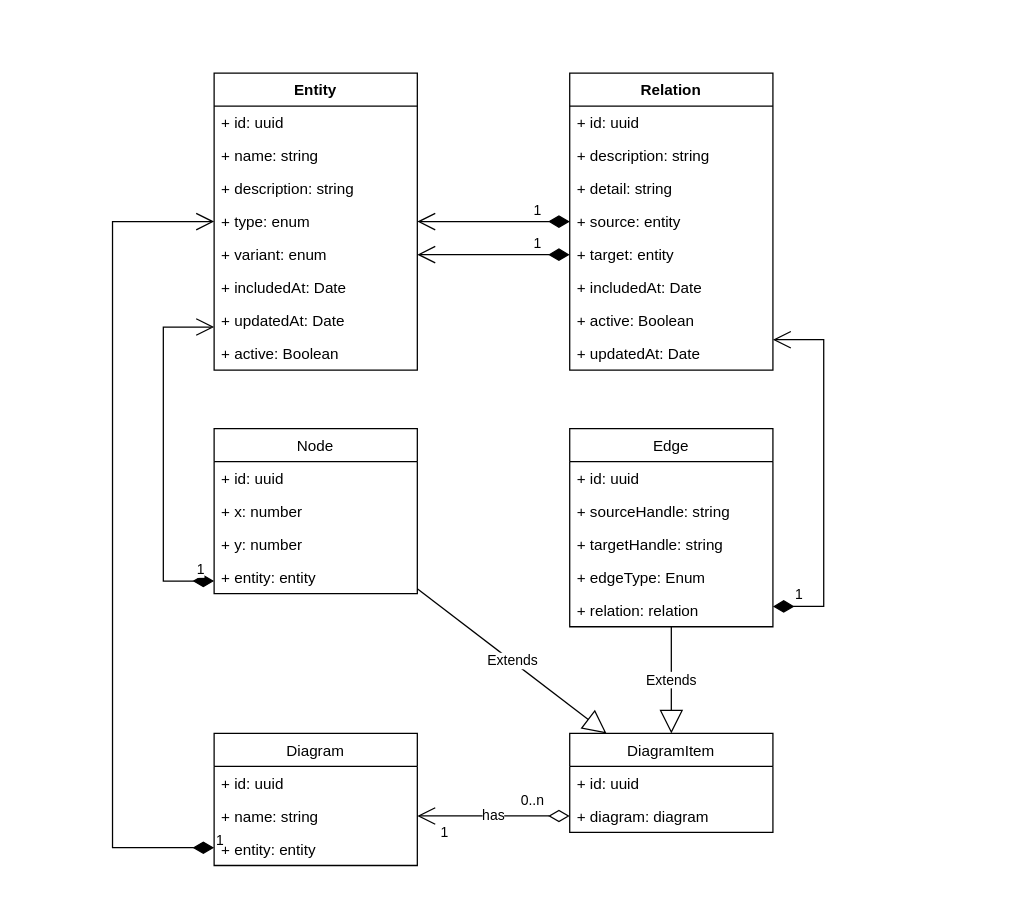
Above: diagrams.drawio in archbuddy/backend (draw.io), before the change. Source tidied: cells renumbered, new cells numbered last; positions are measured from the earlier drawing's top-left corner, leaving out a move shared by most shapes. Both pictures are drawn from the tidied source at 127%, with x=0, y=0 at pixel (112, 72).
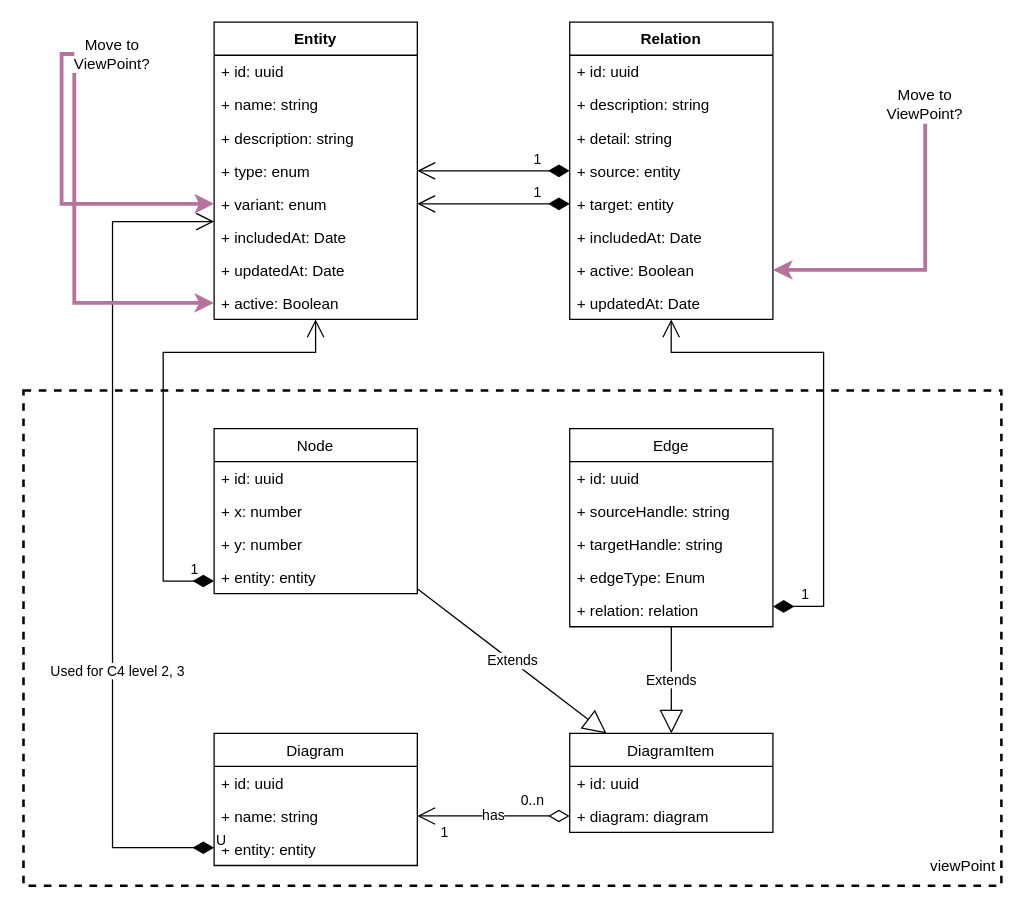
The same page after the edit.

Unchanged cells that the change refers to:
```xml
<mxCell id="7" value="+ variant: enum" style="text;strokeColor=none;fillColor=none;align=left;verticalAlign=top;spacingLeft=4;spacingRight=4;overflow=hidden;points=[[0,0.5],[1,0.5]];portConstraint=eastwest;" parent="2" vertex="1">
  <mxGeometry y="130" width="160" height="26" as="geometry" />
</mxCell>
<mxCell id="10" value="+ active: Boolean" style="text;strokeColor=none;fillColor=none;align=left;verticalAlign=top;spacingLeft=4;spacingRight=4;overflow=hidden;points=[[0,0.5],[1,0.5]];portConstraint=eastwest;" parent="2" vertex="1">
  <mxGeometry y="208" width="160" height="26" as="geometry" />
</mxCell>
<mxCell id="16" value="+ target: entity" style="text;strokeColor=none;fillColor=none;align=left;verticalAlign=top;spacingLeft=4;spacingRight=4;overflow=hidden;points=[[0,0.5],[1,0.5]];portConstraint=eastwest;" parent="11" vertex="1">
  <mxGeometry y="130" width="160" height="26" as="geometry" />
</mxCell>
<mxCell id="18" value="+ active: Boolean" style="text;strokeColor=none;fillColor=none;align=left;verticalAlign=top;spacingLeft=4;spacingRight=4;overflow=hidden;points=[[0,0.5],[1,0.5]];portConstraint=eastwest;" parent="11" vertex="1">
  <mxGeometry y="182" width="160" height="26" as="geometry" />
</mxCell>
<mxCell id="29" value="+ entity: entity" style="text;strokeColor=none;fillColor=none;align=left;verticalAlign=top;spacingLeft=4;spacingRight=4;overflow=hidden;points=[[0,0.5],[1,0.5]];portConstraint=eastwest;" parent="25" vertex="1">
  <mxGeometry y="104" width="160" height="26" as="geometry" />
</mxCell>
<mxCell id="35" value="+ relation: relation" style="text;strokeColor=none;fillColor=none;align=left;verticalAlign=top;spacingLeft=4;spacingRight=4;overflow=hidden;points=[[0,0.5],[1,0.5]];portConstraint=eastwest;" parent="30" vertex="1">
  <mxGeometry y="130" width="160" height="26" as="geometry" />
</mxCell>
<mxCell id="41" value="+ entity: entity" style="text;strokeColor=none;fillColor=none;align=left;verticalAlign=top;spacingLeft=4;spacingRight=4;overflow=hidden;points=[[0,0.5],[1,0.5]];portConstraint=eastwest;" parent="38" vertex="1">
  <mxGeometry y="78" width="160" height="26" as="geometry" />
</mxCell>
```

Change to the diagram source:
```diff
@@
+    <mxCell id="48" style="rounded=0;whiteSpace=wrap;html=1;fillColor=none;dashed=1;strokeWidth=2;" parent="1" vertex="1">
+      <mxGeometry x="-70" y="250" width="770" height="390" as="geometry" />
+    </mxCell>
     <mxCell id="2" value="Entity" style="swimlane;fontStyle=1;align=center;verticalAlign=top;horizontal=1;startSize=26;" parent="1" vertex="1">
-      <mxGeometry x="80.1" width="160" height="234" as="geometry" />
+      <mxGeometry x="80.1" y="-40" width="160" height="234" as="geometry" />
     </mxCell>
@@
     <mxCell id="11" value="Relation" style="swimlane;fontStyle=1;align=center;verticalAlign=top;horizontal=1;startSize=26;" parent="1" vertex="1">
-      <mxGeometry x="360.1" width="160" height="234" as="geometry" />
+      <mxGeometry x="360.1" y="-40" width="160" height="234" as="geometry" />
     </mxCell>
@@
     <mxCell id="21" value="1" style="endArrow=open;html=1;endSize=12;startArrow=diamondThin;startSize=14;startFill=1;edgeStyle=orthogonalEdgeStyle;align=left;verticalAlign=bottom;rounded=0;" parent="1" edge="1" source="16" target="2">
       <mxGeometry x="-0.5" relative="1" as="geometry">
         <Array as="points">
-          <mxPoint x="280.1" y="143" />
-          <mxPoint x="280.1" y="143" />
+          <mxPoint x="280.1" y="103" />
+          <mxPoint x="280.1" y="103" />
         </Array>
       </mxGeometry>
     </mxCell>
@@
-    <mxCell id="45" value="1" style="endArrow=open;html=1;endSize=12;startArrow=diamondThin;startSize=14;startFill=1;edgeStyle=orthogonalEdgeStyle;align=left;verticalAlign=bottom;rounded=0;" parent="1" edge="1" source="41" target="2">
+    <mxCell id="45" value="U" style="endArrow=open;html=1;endSize=12;startArrow=diamondThin;startSize=14;startFill=1;edgeStyle=orthogonalEdgeStyle;align=left;verticalAlign=bottom;rounded=0;" parent="1" edge="1" source="41" target="2">
       <mxGeometry x="-1" y="3" relative="1" as="geometry">
         <Array as="points">
           <mxPoint x="0.1" y="610" />
           <mxPoint x="0.1" y="117" />
         </Array>
       </mxGeometry>
     </mxCell>
+    <mxCell id="49" value="Used for C4 level 2, 3" style="edgeLabel;html=1;align=center;verticalAlign=middle;" parent="45" vertex="1">
+      <mxGeometry x="0.04" y="-3" relative="1" as="geometry">
+        <mxPoint y="120" as="offset" />
+      </mxGeometry>
+    </mxCell>
     <mxCell id="46" value="1" style="endArrow=open;html=1;endSize=12;startArrow=diamondThin;startSize=14;startFill=1;edgeStyle=orthogonalEdgeStyle;align=left;verticalAlign=bottom;rounded=0;" parent="1" edge="1" source="29" target="2">
       <mxGeometry x="-0.89" relative="1" as="geometry">
         <Array as="points">
-          <mxPoint x="40.1" y="400" />
-          <mxPoint x="40.1" y="200" />
+          <mxPoint x="40" y="400" />
+          <mxPoint x="40" y="220" />
+          <mxPoint x="160" y="220" />
         </Array>
       </mxGeometry>
     </mxCell>
     <mxCell id="47" value="1" style="endArrow=open;html=1;endSize=12;startArrow=diamondThin;startSize=14;startFill=1;edgeStyle=orthogonalEdgeStyle;align=left;verticalAlign=bottom;rounded=0;" parent="1" edge="1" source="35" target="11">
       <mxGeometry x="-0.89" relative="1" as="geometry">
         <Array as="points">
-          <mxPoint x="560.1" y="420" />
-          <mxPoint x="560.1" y="210" />
+          <mxPoint x="560" y="420" />
+          <mxPoint x="560" y="220" />
+          <mxPoint x="440" y="220" />
         </Array>
       </mxGeometry>
     </mxCell>
+    <mxCell id="50" style="edgeStyle=orthogonalEdgeStyle;rounded=0;jettySize=auto;html=1;strokeColor=#B5739D;strokeWidth=3;" parent="1" edge="1" source="52" target="7">
+      <mxGeometry relative="1" as="geometry">
+        <Array as="points">
+          <mxPoint x="-40" y="-15" />
+          <mxPoint x="-40" y="103" />
+        </Array>
+      </mxGeometry>
+    </mxCell>
+    <mxCell id="51" style="edgeStyle=orthogonalEdgeStyle;rounded=0;jettySize=auto;html=1;strokeColor=#B5739D;strokeWidth=3;" parent="1" edge="1" source="52" target="10">
+      <mxGeometry relative="1" as="geometry">
+        <Array as="points">
+          <mxPoint x="-30" y="181" />
+        </Array>
+      </mxGeometry>
+    </mxCell>
+    <mxCell id="52" value="Move to ViewPoint?" style="text;html=1;strokeColor=none;fillColor=none;align=center;verticalAlign=middle;whiteSpace=wrap;rounded=0;" parent="1" vertex="1">
+      <mxGeometry x="-30" y="-30" width="60" height="30" as="geometry" />
+    </mxCell>
+    <mxCell id="53" style="edgeStyle=orthogonalEdgeStyle;rounded=0;jettySize=auto;html=1;strokeColor=#B5739D;strokeWidth=3;" parent="1" edge="1" source="54" target="18">
+      <mxGeometry relative="1" as="geometry" />
+    </mxCell>
+    <mxCell id="54" value="Move to ViewPoint?" style="text;html=1;strokeColor=none;fillColor=none;align=center;verticalAlign=middle;whiteSpace=wrap;rounded=0;" parent="1" vertex="1">
+      <mxGeometry x="610" y="10" width="60" height="30" as="geometry" />
+    </mxCell>
+    <mxCell id="55" value="viewPoint" style="text;html=1;strokeColor=none;fillColor=none;align=center;verticalAlign=middle;whiteSpace=wrap;rounded=0;" parent="1" vertex="1">
+      <mxGeometry x="640" y="610" width="60" height="30" as="geometry" />
+    </mxCell>
```
